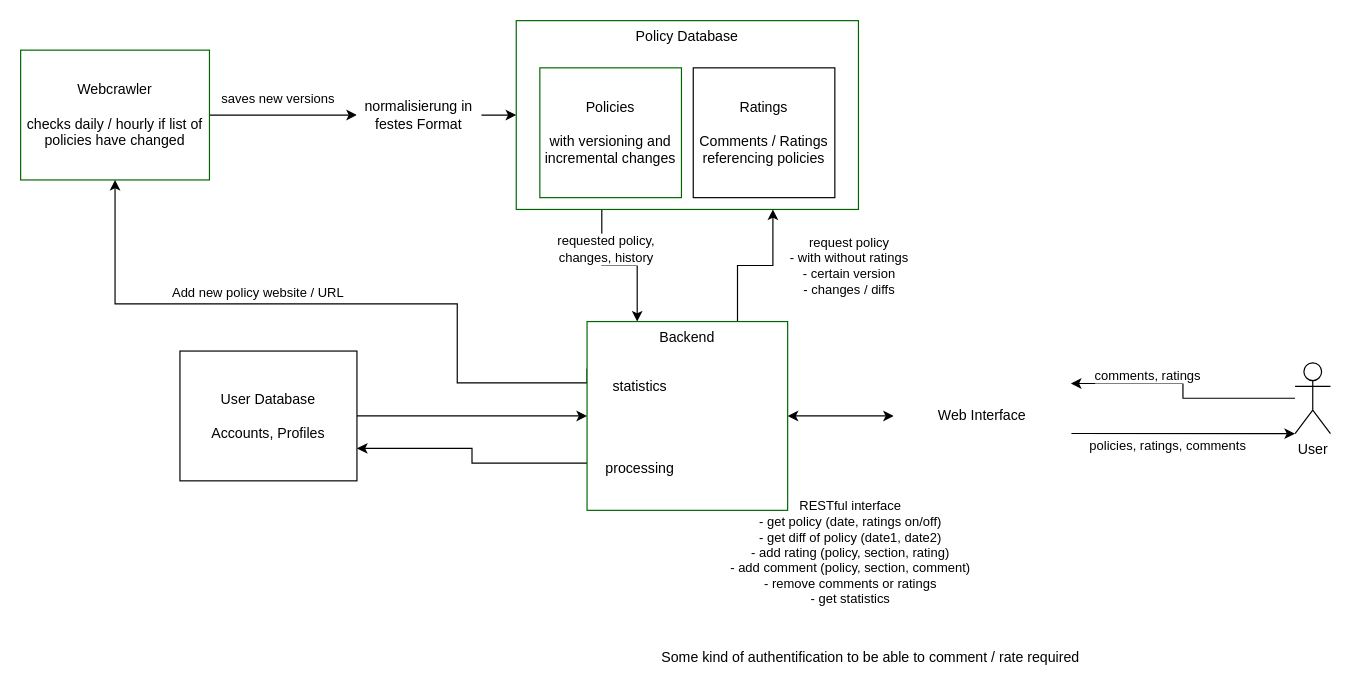
Before: page "Components" (1 of 3) of doc/PolicyCheck.drawio in Tomp0801/PolicyCheck, a draw.io diagram. Source tidied: cells renumbered, new cells numbered last; positions are measured from the earlier drawing's top-left corner, leaving out a move shared by most shapes. Both pictures are drawn from the tidied source at 118%, with x=0, y=0 at pixel (20, 20).
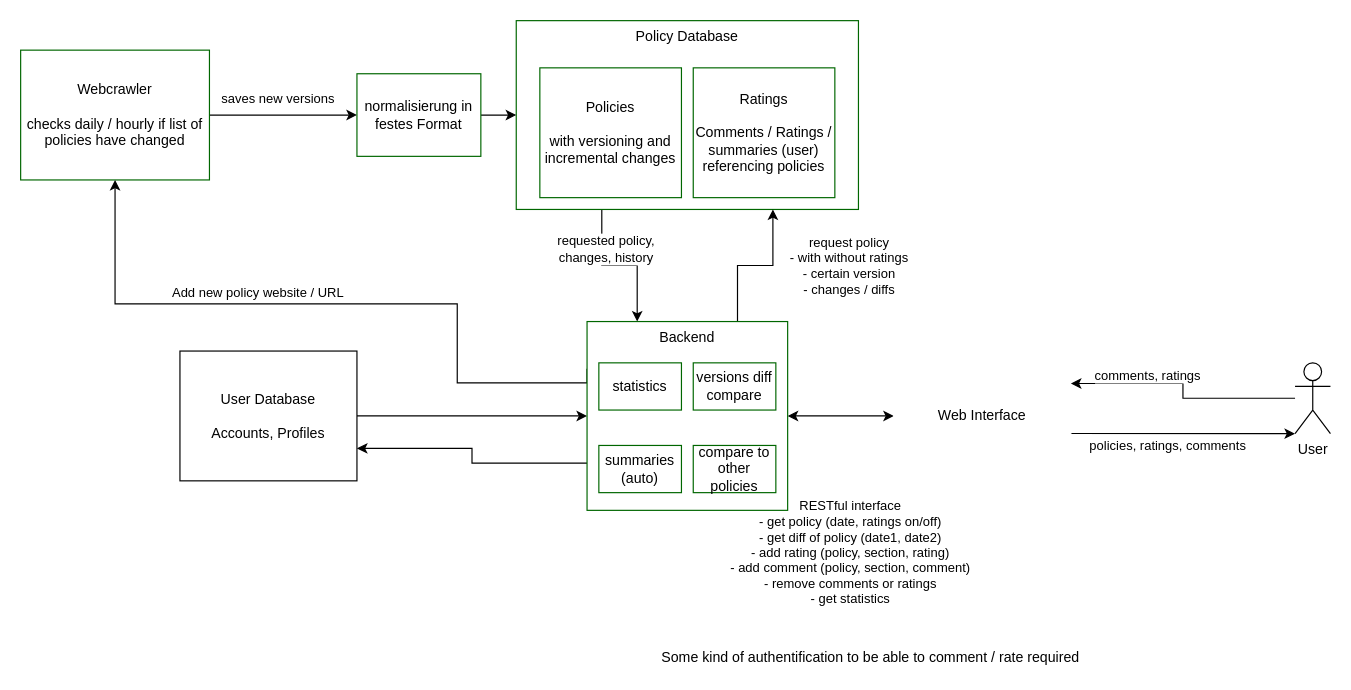
After the change.

Diff of the diagram source:
```diff
@@
-    <mxCell id="25" value="Ratings&lt;br&gt;&lt;br&gt;Comments / Ratings&lt;br&gt;referencing policies" style="rounded=0;whiteSpace=wrap;html=1;" parent="1" vertex="1">
+    <mxCell id="25" value="Ratings&lt;br&gt;&lt;br&gt;Comments / Ratings / summaries (user)&lt;br&gt;referencing policies" style="rounded=0;whiteSpace=wrap;html=1;strokeColor=#006600;" parent="1" vertex="1">
       <mxGeometry x="570" y="40" width="120" height="110" as="geometry" />
     </mxCell>
@@
-    <mxCell id="27" value="statistics" style="rounded=0;whiteSpace=wrap;html=1;strokeColor=#FFFFFF;" parent="1" vertex="1">
+    <mxCell id="27" value="statistics" style="rounded=0;whiteSpace=wrap;html=1;strokeColor=#006600;" parent="1" vertex="1">
       <mxGeometry x="490" y="290" width="70" height="40" as="geometry" />
     </mxCell>
-    <mxCell id="28" value="processing" style="rounded=0;whiteSpace=wrap;html=1;strokeColor=#FFFFFF;" parent="1" vertex="1">
+    <mxCell id="28" value="summaries&lt;br&gt;(auto)" style="rounded=0;whiteSpace=wrap;html=1;strokeColor=#006600;" parent="1" vertex="1">
       <mxGeometry x="490" y="360" width="70" height="40" as="geometry" />
     </mxCell>
@@
-    <mxCell id="30" value="normalisierung in festes Format" style="rounded=0;whiteSpace=wrap;html=1;strokeColor=#FFFFFF;" parent="1" vertex="1">
+    <mxCell id="30" value="normalisierung in festes Format" style="rounded=0;whiteSpace=wrap;html=1;strokeColor=#006600;" parent="1" vertex="1">
       <mxGeometry x="285" y="45" width="105" height="70" as="geometry" />
     </mxCell>
+    <mxCell id="31" value="versions diff compare" style="rounded=0;whiteSpace=wrap;html=1;strokeColor=#006600;" parent="1" vertex="1">
+      <mxGeometry x="570" y="290" width="70" height="40" as="geometry" />
+    </mxCell>
+    <mxCell id="32" value="compare to other policies" style="rounded=0;whiteSpace=wrap;html=1;strokeColor=#006600;" parent="1" vertex="1">
+      <mxGeometry x="570" y="360" width="70" height="40" as="geometry" />
+    </mxCell>
```
